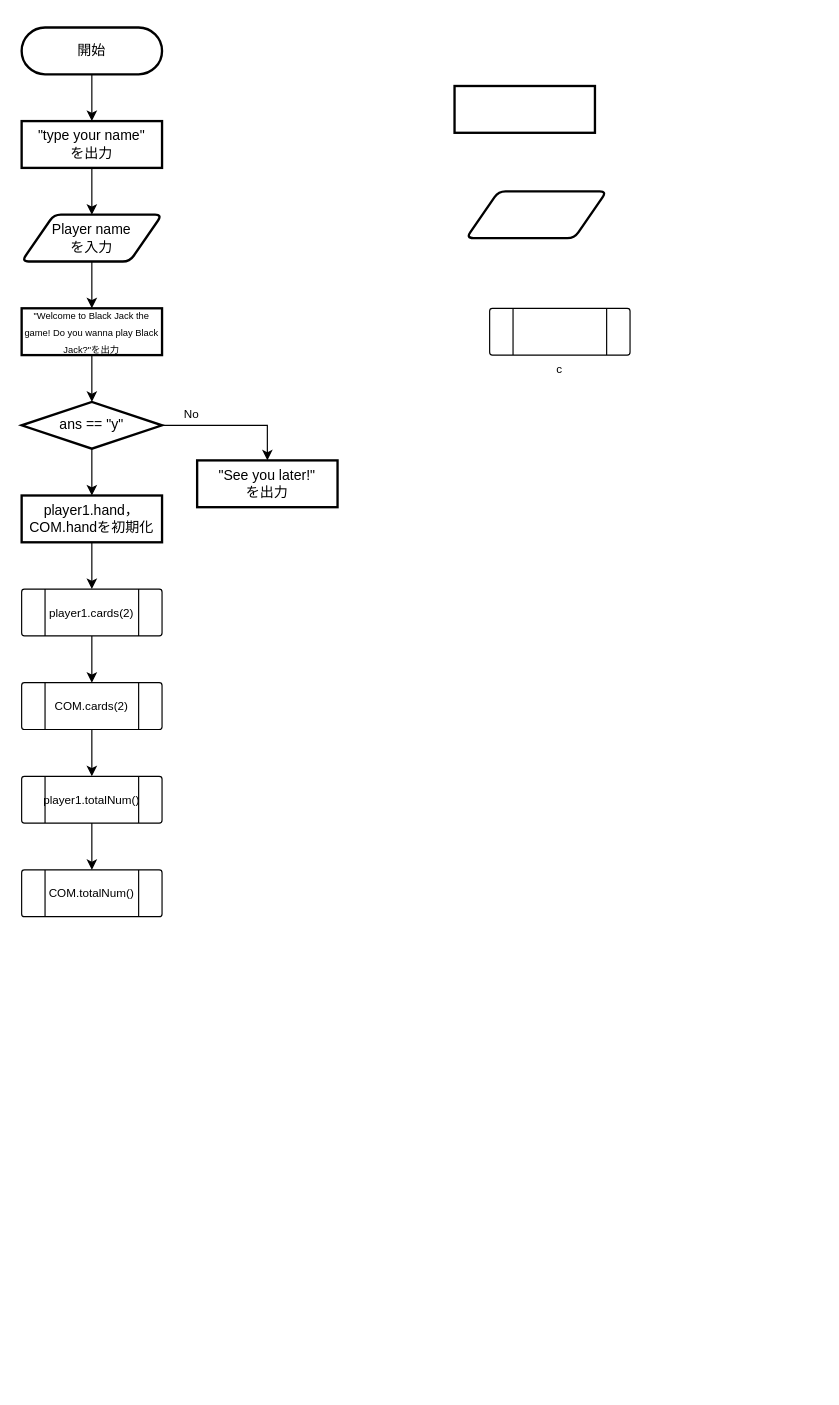
This is 名称未設定ファイル.drawio from Harry1226/Balck-jack, a draw.io file, before an edit. Source tidied: cells renumbered, new cells numbered last; positions are measured from the earlier drawing's top-left corner, leaving out a move shared by most shapes. Both pictures are drawn from the tidied source at 117%, with x=0, y=0 at pixel (21, 27).
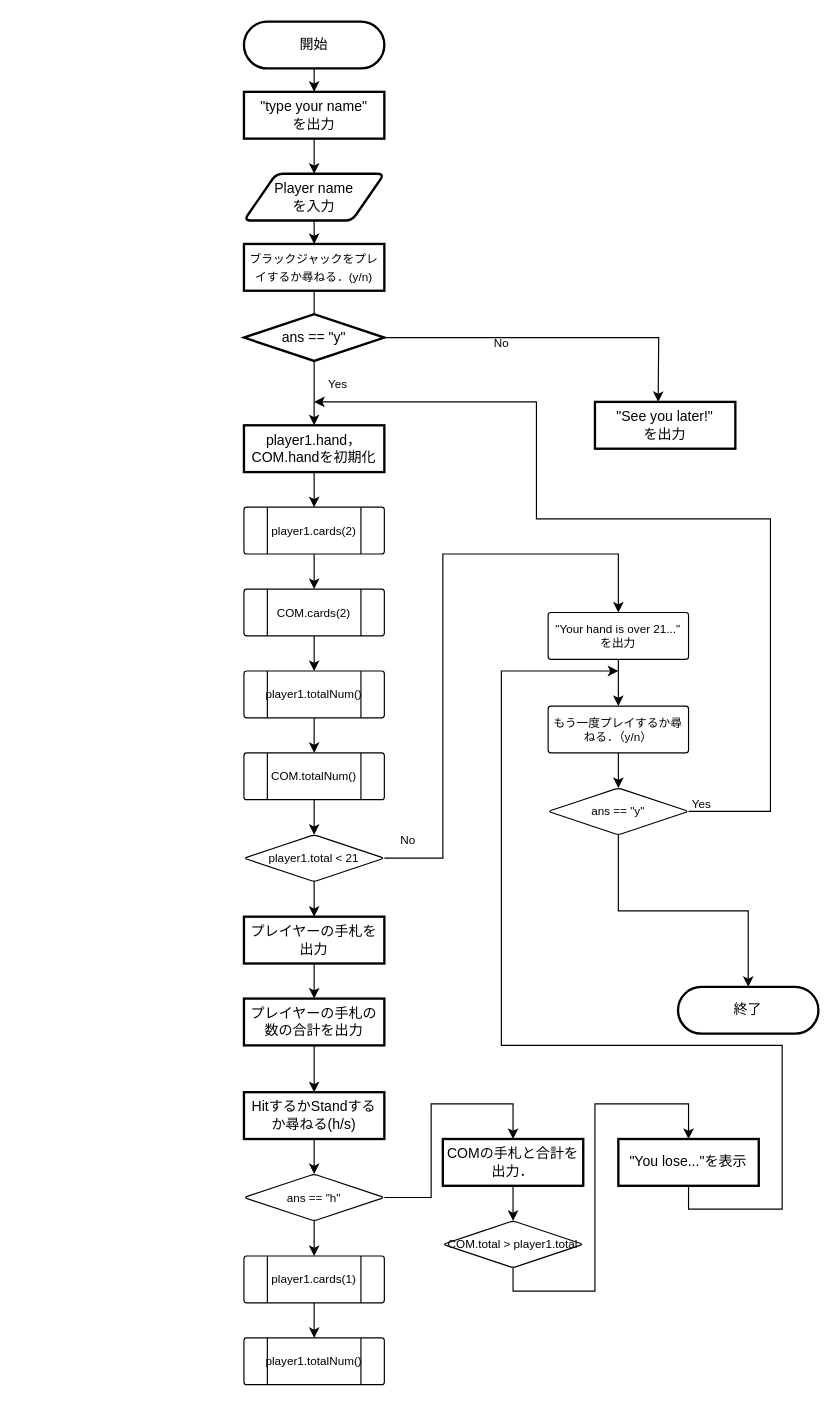
After the change.

Commit message:
名称未設定ファイル.drawio を更新します

The edit, as a diff of the source:
```diff
@@
     <mxCell id="3" value="Player name &lt;br&gt;を入力" style="shape=parallelogram;html=1;strokeWidth=2;perimeter=parallelogramPerimeter;whiteSpace=wrap;rounded=1;arcSize=12;size=0.23;" parent="1" vertex="1">
-      <mxGeometry y="160" width="120" height="40" as="geometry" />
+      <mxGeometry x="190" y="125" width="120" height="40" as="geometry" />
     </mxCell>
@@
     <mxCell id="5" value="開始" style="rounded=1;whiteSpace=wrap;html=1;absoluteArcSize=1;arcSize=100;strokeWidth=2;" parent="1" vertex="1">
-      <mxGeometry width="120" height="40" as="geometry" />
+      <mxGeometry x="190" y="-5" width="120" height="40" as="geometry" />
     </mxCell>
@@
     <mxCell id="7" value="&quot;type your name&quot;&lt;br&gt;を出力" style="rounded=1;whiteSpace=wrap;html=1;absoluteArcSize=1;arcSize=0;strokeWidth=2;" parent="1" vertex="1">
-      <mxGeometry y="80" width="120" height="40" as="geometry" />
+      <mxGeometry x="190" y="55" width="120" height="40" as="geometry" />
     </mxCell>
-    <mxCell id="8" style="rounded=1;whiteSpace=wrap;html=1;absoluteArcSize=1;arcSize=0;strokeWidth=2;" parent="1" vertex="1">
-      <mxGeometry x="370" y="50" width="120" height="40" as="geometry" />
-    </mxCell>
-    <mxCell id="9" style="edgeStyle=orthogonalEdgeStyle;rounded=0;jettySize=auto;html=1;fontSize=8;" parent="1" edge="1" source="10">
+    <mxCell id="9" style="edgeStyle=orthogonalEdgeStyle;rounded=0;jettySize=auto;html=1;fontSize=8;entryX=0.5;entryY=0;entryDx=0;entryDy=0;" parent="1" edge="1" source="10" target="18">
       <mxGeometry relative="1" as="geometry">
-        <mxPoint x="60" y="320" as="targetPoint" />
+        <Array as="points">
+          <mxPoint x="250" y="240" />
+          <mxPoint x="250" y="240" />
+        </Array>
       </mxGeometry>
     </mxCell>
-    <mxCell id="10" value="&lt;font style=&quot;font-size: 8px;&quot;&gt;&quot;Welcome to Black Jack the game! Do you wanna play Black Jack?&quot;を出力&lt;/font&gt;" style="rounded=1;whiteSpace=wrap;html=1;absoluteArcSize=1;arcSize=0;strokeWidth=2;" parent="1" vertex="1">
-      <mxGeometry y="240" width="120" height="40" as="geometry" />
+    <mxCell id="10" value="&lt;font style=&quot;font-size: 10px;&quot;&gt;ブラックジャックをプレイするか尋ねる．(y/n)&lt;/font&gt;" style="rounded=1;whiteSpace=wrap;html=1;absoluteArcSize=1;arcSize=0;strokeWidth=2;" parent="1" vertex="1">
+      <mxGeometry x="190" y="185" width="120" height="40" as="geometry" />
     </mxCell>
-    <mxCell id="11" style="shape=parallelogram;html=1;strokeWidth=2;perimeter=parallelogramPerimeter;whiteSpace=wrap;rounded=1;arcSize=12;size=0.23;" parent="1" vertex="1">
-      <mxGeometry x="380" y="140" width="120" height="40" as="geometry" />
-    </mxCell>
-    <mxCell id="12" style="edgeStyle=orthogonalEdgeStyle;rounded=0;jettySize=auto;html=1;fontSize=8;" parent="1" edge="1" source="14" target="15">
-      <mxGeometry relative="1" as="geometry" />
+    <mxCell id="12" style="edgeStyle=orthogonalEdgeStyle;rounded=0;jettySize=auto;html=1;fontSize=8;" parent="1" edge="1" source="14">
+      <mxGeometry relative="1" as="geometry">
+        <mxPoint x="544" y="320" as="targetPoint" />
+      </mxGeometry>
     </mxCell>
-    <mxCell id="13" style="edgeStyle=orthogonalEdgeStyle;rounded=0;jettySize=auto;html=1;fontSize=10;" parent="1" edge="1" source="14" target="18">
-      <mxGeometry relative="1" as="geometry" />
-    </mxCell>
     <mxCell id="14" value="ans == &quot;y&quot;" style="rhombus;whiteSpace=wrap;html=1;rounded=1;arcSize=0;strokeWidth=2;" parent="1" vertex="1">
-      <mxGeometry y="320" width="120" height="40" as="geometry" />
+      <mxGeometry x="190" y="245" width="120" height="40" as="geometry" />
     </mxCell>
     <mxCell id="15" value="&quot;See you later!&quot;&lt;br&gt;を出力" style="whiteSpace=wrap;html=1;rounded=1;arcSize=0;strokeWidth=2;" parent="1" vertex="1">
-      <mxGeometry x="150" y="370" width="120" height="40" as="geometry" />
+      <mxGeometry x="490" y="320" width="120" height="40" as="geometry" />
     </mxCell>
     <mxCell id="16" value="&lt;font style=&quot;font-size: 10px;&quot;&gt;No&lt;/font&gt;" style="text;html=1;align=center;verticalAlign=middle;strokeColor=none;fillColor=none;fontSize=8;" parent="1" vertex="1">
-      <mxGeometry x="125" y="315" width="40" height="30" as="geometry" />
+      <mxGeometry x="390" y="255" width="40" height="30" as="geometry" />
     </mxCell>
@@
     <mxCell id="18" value="player1.hand，COM.handを初期化" style="whiteSpace=wrap;html=1;rounded=1;arcSize=0;strokeWidth=2;" parent="1" vertex="1">
-      <mxGeometry y="400" width="120" height="40" as="geometry" />
+      <mxGeometry x="190" y="340" width="120" height="40" as="geometry" />
     </mxCell>
-    <mxCell id="19" value="c" style="verticalLabelPosition=bottom;verticalAlign=top;html=1;shape=process;whiteSpace=wrap;rounded=1;size=0.16666666666666666;arcSize=6;fontSize=10;" parent="1" vertex="1">
-      <mxGeometry x="400" y="240" width="120" height="40" as="geometry" />
-    </mxCell>
@@
     <mxCell id="21" value="player1.cards(2)" style="verticalLabelPosition=middle;verticalAlign=middle;html=1;shape=process;whiteSpace=wrap;rounded=1;size=0.16666666666666666;arcSize=6;fontSize=10;labelPosition=center;align=center;" parent="1" vertex="1">
-      <mxGeometry y="480" width="120" height="40" as="geometry" />
+      <mxGeometry x="190" y="410" width="120" height="40" as="geometry" />
     </mxCell>
@@
     <mxCell id="23" value="COM.cards(2)" style="verticalLabelPosition=middle;verticalAlign=middle;html=1;shape=process;whiteSpace=wrap;rounded=1;size=0.16666666666666666;arcSize=6;fontSize=10;labelPosition=center;align=center;" parent="1" vertex="1">
-      <mxGeometry y="560" width="120" height="40" as="geometry" />
+      <mxGeometry x="190" y="480" width="120" height="40" as="geometry" />
     </mxCell>
@@
     <mxCell id="25" value="player1.totalNum()" style="verticalLabelPosition=middle;verticalAlign=middle;html=1;shape=process;whiteSpace=wrap;rounded=1;size=0.16666666666666666;arcSize=6;fontSize=10;labelPosition=center;align=center;" parent="1" vertex="1">
-      <mxGeometry y="640" width="120" height="40" as="geometry" />
+      <mxGeometry x="190" y="550" width="120" height="40" as="geometry" />
     </mxCell>
+    <mxCell id="27" style="edgeStyle=orthogonalEdgeStyle;rounded=0;jettySize=auto;html=1;fontSize=10;" parent="1" edge="1" source="26" target="30">
+      <mxGeometry relative="1" as="geometry" />
+    </mxCell>
     <mxCell id="26" value="COM.totalNum()" style="verticalLabelPosition=middle;verticalAlign=middle;html=1;shape=process;whiteSpace=wrap;rounded=1;size=0.16666666666666666;arcSize=6;fontSize=10;labelPosition=center;align=center;" parent="1" vertex="1">
-      <mxGeometry y="720" width="120" height="40" as="geometry" />
+      <mxGeometry x="190" y="620" width="120" height="40" as="geometry" />
     </mxCell>
+    <mxCell id="28" style="edgeStyle=orthogonalEdgeStyle;rounded=0;jettySize=auto;html=1;fontSize=10;entryX=0.5;entryY=0;entryDx=0;entryDy=0;" parent="1" edge="1" source="30" target="32">
+      <mxGeometry relative="1" as="geometry">
+        <Array as="points">
+          <mxPoint x="360" y="710" />
+          <mxPoint x="360" y="450" />
+          <mxPoint x="510" y="450" />
+        </Array>
+      </mxGeometry>
+    </mxCell>
+    <mxCell id="29" style="edgeStyle=orthogonalEdgeStyle;rounded=0;jettySize=auto;html=1;fontSize=10;" parent="1" edge="1" source="30" target="41">
+      <mxGeometry relative="1" as="geometry" />
+    </mxCell>
+    <mxCell id="30" value="player1.total &amp;lt; 21" style="rhombus;whiteSpace=wrap;html=1;fontSize=10;rounded=1;arcSize=6;" parent="1" vertex="1">
+      <mxGeometry x="190" y="690" width="120" height="40" as="geometry" />
+    </mxCell>
+    <mxCell id="31" style="edgeStyle=orthogonalEdgeStyle;rounded=0;jettySize=auto;html=1;fontSize=10;" parent="1" edge="1" source="32" target="34">
+      <mxGeometry relative="1" as="geometry" />
+    </mxCell>
+    <mxCell id="32" value="&quot;Your hand is over 21...&quot;&lt;br&gt;を出力" style="whiteSpace=wrap;html=1;fontSize=10;rounded=1;arcSize=6;" parent="1" vertex="1">
+      <mxGeometry x="450" y="500" width="120" height="40" as="geometry" />
+    </mxCell>
+    <mxCell id="33" style="edgeStyle=orthogonalEdgeStyle;rounded=0;jettySize=auto;html=1;fontSize=10;" parent="1" edge="1" source="34" target="37">
+      <mxGeometry relative="1" as="geometry" />
+    </mxCell>
+    <mxCell id="34" value="もう一度プレイするか尋ねる．（y/n）" style="whiteSpace=wrap;html=1;fontSize=10;rounded=1;arcSize=6;" parent="1" vertex="1">
+      <mxGeometry x="450" y="580" width="120" height="40" as="geometry" />
+    </mxCell>
+    <mxCell id="35" style="edgeStyle=orthogonalEdgeStyle;rounded=0;jettySize=auto;html=1;fontSize=10;" parent="1" edge="1" source="37">
+      <mxGeometry relative="1" as="geometry">
+        <mxPoint x="250" y="320" as="targetPoint" />
+        <Array as="points">
+          <mxPoint x="640" y="670" />
+          <mxPoint x="640" y="420" />
+          <mxPoint x="440" y="420" />
+          <mxPoint x="440" y="320" />
+        </Array>
+      </mxGeometry>
+    </mxCell>
+    <mxCell id="36" style="edgeStyle=orthogonalEdgeStyle;rounded=0;jettySize=auto;html=1;entryX=0.5;entryY=0;entryDx=0;entryDy=0;fontSize=10;" parent="1" edge="1" source="37" target="43">
+      <mxGeometry relative="1" as="geometry" />
+    </mxCell>
+    <mxCell id="37" value="ans == &quot;y&quot;" style="rhombus;whiteSpace=wrap;html=1;fontSize=10;rounded=1;arcSize=6;" parent="1" vertex="1">
+      <mxGeometry x="450" y="650" width="120" height="40" as="geometry" />
+    </mxCell>
+    <mxCell id="38" value="&lt;font style=&quot;font-size: 10px;&quot;&gt;Yes&lt;/font&gt;" style="text;html=1;align=center;verticalAlign=middle;strokeColor=none;fillColor=none;fontSize=8;" parent="1" vertex="1">
+      <mxGeometry x="250" y="290" width="40" height="30" as="geometry" />
+    </mxCell>
+    <mxCell id="39" value="&lt;font style=&quot;font-size: 10px;&quot;&gt;No&lt;/font&gt;" style="text;html=1;align=center;verticalAlign=middle;strokeColor=none;fillColor=none;fontSize=8;" parent="1" vertex="1">
+      <mxGeometry x="310" y="679" width="40" height="30" as="geometry" />
+    </mxCell>
+    <mxCell id="40" style="edgeStyle=orthogonalEdgeStyle;rounded=0;jettySize=auto;html=1;fontSize=10;" parent="1" edge="1" source="41" target="45">
+      <mxGeometry relative="1" as="geometry" />
+    </mxCell>
+    <mxCell id="41" value="プレイヤーの手札を出力" style="whiteSpace=wrap;html=1;rounded=1;arcSize=0;strokeWidth=2;" parent="1" vertex="1">
+      <mxGeometry x="190" y="760" width="120" height="40" as="geometry" />
+    </mxCell>
+    <mxCell id="42" value="&lt;font size=&quot;1&quot;&gt;Yes&lt;/font&gt;" style="text;html=1;align=center;verticalAlign=middle;strokeColor=none;fillColor=none;fontSize=8;" parent="1" vertex="1">
+      <mxGeometry x="561" y="649" width="40" height="30" as="geometry" />
+    </mxCell>
+    <mxCell id="43" value="終了" style="rounded=1;whiteSpace=wrap;html=1;absoluteArcSize=1;arcSize=100;strokeWidth=2;" parent="1" vertex="1">
+      <mxGeometry x="561" y="820" width="120" height="40" as="geometry" />
+    </mxCell>
+    <mxCell id="44" style="edgeStyle=orthogonalEdgeStyle;rounded=0;jettySize=auto;html=1;fontSize=10;" parent="1" edge="1" source="45" target="50">
+      <mxGeometry relative="1" as="geometry" />
+    </mxCell>
+    <mxCell id="45" value="プレイヤーの手札の数の合計を出力" style="whiteSpace=wrap;html=1;rounded=1;arcSize=0;strokeWidth=2;" parent="1" vertex="1">
+      <mxGeometry x="190" y="830" width="120" height="40" as="geometry" />
+    </mxCell>
+    <mxCell id="46" style="edgeStyle=orthogonalEdgeStyle;rounded=0;jettySize=auto;html=1;exitX=1;exitY=0.5;exitDx=0;exitDy=0;fontSize=10;" parent="1" edge="1" source="48" target="52">
+      <mxGeometry relative="1" as="geometry">
+        <Array as="points">
+          <mxPoint x="350" y="1000" />
+          <mxPoint x="350" y="920" />
+          <mxPoint x="420" y="920" />
+        </Array>
+      </mxGeometry>
+    </mxCell>
+    <mxCell id="47" style="edgeStyle=orthogonalEdgeStyle;rounded=0;jettySize=auto;html=1;fontSize=10;" parent="1" edge="1" source="48" target="58">
+      <mxGeometry relative="1" as="geometry" />
+    </mxCell>
+    <mxCell id="48" value="ans == &quot;h&quot;" style="rhombus;whiteSpace=wrap;html=1;fontSize=10;rounded=1;arcSize=6;" parent="1" vertex="1">
+      <mxGeometry x="190" y="980" width="120" height="40" as="geometry" />
+    </mxCell>
+    <mxCell id="49" style="edgeStyle=orthogonalEdgeStyle;rounded=0;jettySize=auto;html=1;fontSize=10;" parent="1" edge="1" source="50" target="48">
+      <mxGeometry relative="1" as="geometry" />
+    </mxCell>
+    <mxCell id="50" value="HitするかStandするか尋ねる(h/s)" style="whiteSpace=wrap;html=1;rounded=1;arcSize=0;strokeWidth=2;" parent="1" vertex="1">
+      <mxGeometry x="190" y="910" width="120" height="40" as="geometry" />
+    </mxCell>
+    <mxCell id="51" style="edgeStyle=orthogonalEdgeStyle;rounded=0;jettySize=auto;html=1;fontSize=10;" parent="1" edge="1" source="52" target="54">
+      <mxGeometry relative="1" as="geometry" />
+    </mxCell>
+    <mxCell id="52" value="COMの手札と合計を出力．" style="whiteSpace=wrap;html=1;rounded=1;arcSize=0;strokeWidth=2;" parent="1" vertex="1">
+      <mxGeometry x="360" y="950" width="120" height="40" as="geometry" />
+    </mxCell>
+    <mxCell id="53" style="edgeStyle=orthogonalEdgeStyle;rounded=0;jettySize=auto;html=1;fontSize=10;entryX=0.5;entryY=0;entryDx=0;entryDy=0;" parent="1" edge="1" source="54" target="56">
+      <mxGeometry relative="1" as="geometry">
+        <Array as="points">
+          <mxPoint x="420" y="1080" />
+          <mxPoint x="490" y="1080" />
+          <mxPoint x="490" y="920" />
+          <mxPoint x="570" y="920" />
+        </Array>
+      </mxGeometry>
+    </mxCell>
+    <mxCell id="54" value="COM.total &amp;gt; player1.total" style="rhombus;whiteSpace=wrap;html=1;fontSize=10;rounded=1;arcSize=6;" parent="1" vertex="1">
+      <mxGeometry x="360" y="1020" width="120" height="40" as="geometry" />
+    </mxCell>
+    <mxCell id="55" style="edgeStyle=orthogonalEdgeStyle;rounded=0;jettySize=auto;html=1;fontSize=10;" parent="1" edge="1" source="56">
+      <mxGeometry relative="1" as="geometry">
+        <mxPoint x="510" y="550" as="targetPoint" />
+        <Array as="points">
+          <mxPoint x="570" y="1010" />
+          <mxPoint x="650" y="1010" />
+          <mxPoint x="650" y="870" />
+          <mxPoint x="410" y="870" />
+          <mxPoint x="410" y="550" />
+        </Array>
+      </mxGeometry>
+    </mxCell>
+    <mxCell id="56" value="&quot;You lose...&quot;を表示" style="whiteSpace=wrap;html=1;rounded=1;arcSize=0;strokeWidth=2;" parent="1" vertex="1">
+      <mxGeometry x="510" y="950" width="120" height="40" as="geometry" />
+    </mxCell>
+    <mxCell id="57" style="edgeStyle=orthogonalEdgeStyle;rounded=0;jettySize=auto;html=1;fontSize=10;" parent="1" edge="1" source="58" target="59">
+      <mxGeometry relative="1" as="geometry" />
+    </mxCell>
+    <mxCell id="58" value="player1.cards(1)" style="verticalLabelPosition=middle;verticalAlign=middle;html=1;shape=process;whiteSpace=wrap;rounded=1;size=0.16666666666666666;arcSize=6;fontSize=10;labelPosition=center;align=center;" parent="1" vertex="1">
+      <mxGeometry x="190" y="1050" width="120" height="40" as="geometry" />
+    </mxCell>
+    <mxCell id="59" value="player1.totalNum()" style="verticalLabelPosition=middle;verticalAlign=middle;html=1;shape=process;whiteSpace=wrap;rounded=1;size=0.16666666666666666;arcSize=6;fontSize=10;labelPosition=center;align=center;" parent="1" vertex="1">
+      <mxGeometry x="190" y="1120" width="120" height="40" as="geometry" />
+    </mxCell>
```
